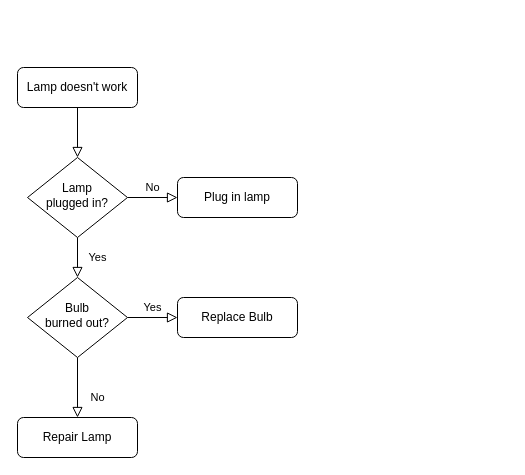
Earlier version of the draw.io diagram picgo/Untitled Diagram.drawio (aftott/blogimg). Source tidied: cells renumbered, new cells numbered last; positions are measured from the earlier drawing's top-left corner, leaving out a move shared by most shapes. Both pictures are drawn from the tidied source at 100%, with x=0, y=0 at pixel (17, 67).
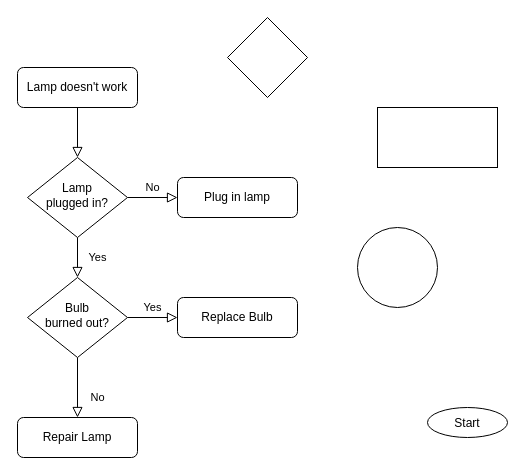
After the change.

What changed in the source:
```diff
@@
 <mxGraphModel>
   <root>
     <mxCell id="0" />
     <mxCell id="1" parent="0" />
     <mxCell id="2" style="rounded=0;html=1;jettySize=auto;fontSize=11;endArrow=block;endFill=0;endSize=8;strokeWidth=1;shadow=0;labelBackgroundColor=none;edgeStyle=orthogonalEdgeStyle;" parent="1" edge="1" source="3" target="6">
       <mxGeometry relative="1" as="geometry" />
     </mxCell>
     <mxCell id="3" value="Lamp doesn't work" style="rounded=1;whiteSpace=wrap;html=1;fontSize=12;glass=0;strokeWidth=1;shadow=0;" parent="1" vertex="1">
       <mxGeometry width="120" height="40" as="geometry" />
     </mxCell>
     <mxCell id="4" value="Yes" style="rounded=0;html=1;jettySize=auto;fontSize=11;endArrow=block;endFill=0;endSize=8;strokeWidth=1;shadow=0;labelBackgroundColor=none;edgeStyle=orthogonalEdgeStyle;" parent="1" edge="1" source="6" target="10">
       <mxGeometry y="20" relative="1" as="geometry" />
     </mxCell>
     <mxCell id="5" value="No" style="edgeStyle=orthogonalEdgeStyle;rounded=0;html=1;jettySize=auto;fontSize=11;endArrow=block;endFill=0;endSize=8;strokeWidth=1;shadow=0;labelBackgroundColor=none;" parent="1" edge="1" source="6" target="7">
       <mxGeometry y="10" relative="1" as="geometry" />
     </mxCell>
     <mxCell id="6" value="Lamp&lt;br&gt;plugged in?" style="rhombus;whiteSpace=wrap;html=1;shadow=0;fontFamily=Helvetica;fontSize=12;align=center;strokeWidth=1;spacing=6;spacingTop=-4;" parent="1" vertex="1">
       <mxGeometry x="10" y="90" width="100" height="80" as="geometry" />
     </mxCell>
     <mxCell id="7" value="Plug in lamp" style="rounded=1;whiteSpace=wrap;html=1;fontSize=12;glass=0;strokeWidth=1;shadow=0;" parent="1" vertex="1">
       <mxGeometry x="160" y="110" width="120" height="40" as="geometry" />
     </mxCell>
     <mxCell id="8" value="No" style="rounded=0;html=1;jettySize=auto;fontSize=11;endArrow=block;endFill=0;endSize=8;strokeWidth=1;shadow=0;labelBackgroundColor=none;edgeStyle=orthogonalEdgeStyle;" parent="1" edge="1" source="10" target="11">
       <mxGeometry x="0.33" y="20" relative="1" as="geometry" />
     </mxCell>
     <mxCell id="9" value="Yes" style="edgeStyle=orthogonalEdgeStyle;rounded=0;html=1;jettySize=auto;fontSize=11;endArrow=block;endFill=0;endSize=8;strokeWidth=1;shadow=0;labelBackgroundColor=none;" parent="1" edge="1" source="10" target="12">
       <mxGeometry y="10" relative="1" as="geometry" />
     </mxCell>
     <mxCell id="10" value="Bulb&lt;br&gt;burned out?" style="rhombus;whiteSpace=wrap;html=1;shadow=0;fontFamily=Helvetica;fontSize=12;align=center;strokeWidth=1;spacing=6;spacingTop=-4;" parent="1" vertex="1">
       <mxGeometry x="10" y="210" width="100" height="80" as="geometry" />
     </mxCell>
     <mxCell id="11" value="Repair Lamp" style="rounded=1;whiteSpace=wrap;html=1;fontSize=12;glass=0;strokeWidth=1;shadow=0;" parent="1" vertex="1">
       <mxGeometry y="350" width="120" height="40" as="geometry" />
     </mxCell>
     <mxCell id="12" value="Replace Bulb" style="rounded=1;whiteSpace=wrap;html=1;fontSize=12;glass=0;strokeWidth=1;shadow=0;" parent="1" vertex="1">
       <mxGeometry x="160" y="230" width="120" height="40" as="geometry" />
     </mxCell>
+    <mxCell id="13" style="rounded=0;whiteSpace=wrap;html=1;shadow=0;sketch=0;glass=0;fontFamily=Times New Roman;labelBackgroundColor=none;labelBorderColor=none;" parent="1" vertex="1">
+      <mxGeometry x="360" y="40" width="120" height="60" as="geometry" />
+    </mxCell>
+    <mxCell id="14" style="ellipse;whiteSpace=wrap;html=1;rounded=0;shadow=0;glass=0;labelBackgroundColor=none;sketch=0;strokeColor=#000000;gradientColor=none;fontFamily=Times New Roman;" parent="1" vertex="1">
+      <mxGeometry x="340" y="160" width="80" height="80" as="geometry" />
+    </mxCell>
+    <mxCell id="15" style="rhombus;whiteSpace=wrap;html=1;rounded=0;shadow=0;glass=0;labelBackgroundColor=none;sketch=0;strokeColor=#000000;gradientColor=none;fontFamily=Times New Roman;" parent="1" vertex="1">
+      <mxGeometry x="210" y="-50" width="80" height="80" as="geometry" />
+    </mxCell>
+    <mxCell id="16" value="Start" style="ellipse;" parent="1" vertex="1">
+      <mxGeometry x="410" y="340" width="80" height="30" as="geometry" />
+    </mxCell>
   </root>
 </mxGraphModel>
```
